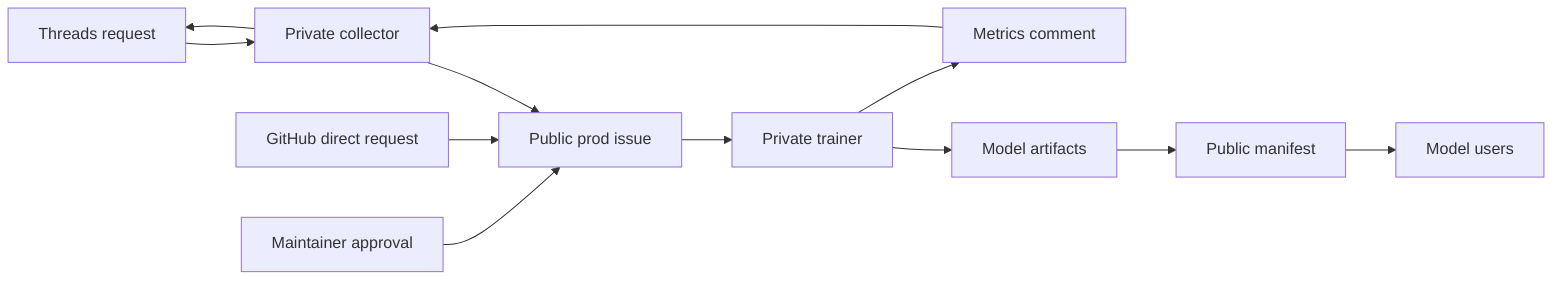
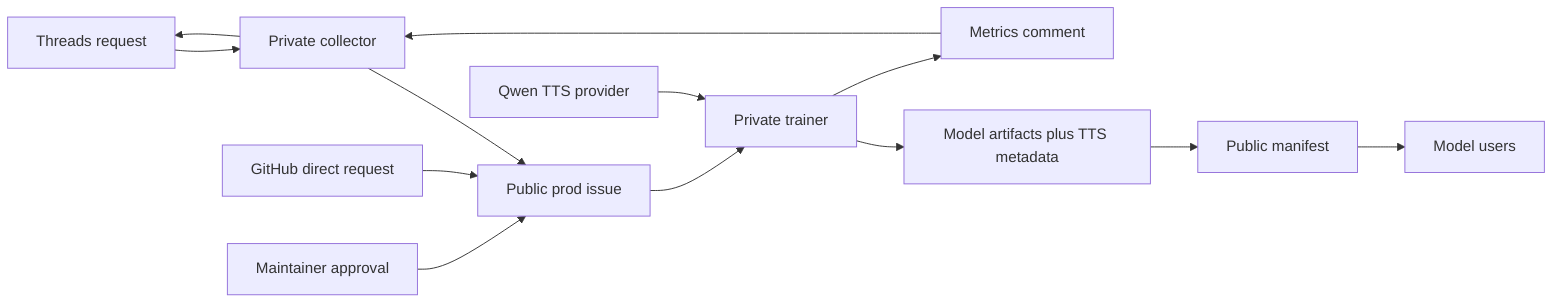
flowchart LR
    THREADS["Threads request"] --> COLLECTOR["Private collector"]
    GITHUB_USER["GitHub direct request"] --> ISSUE["Public prod issue"]
    COLLECTOR --> ISSUE
    MAINTAINER["Maintainer approval"] --> ISSUE
    ISSUE --> TRAINER["Private trainer"]
-     TRAINER --> ARTIFACTS["Model artifacts"]
+     QWEN["Qwen TTS provider"] --> TRAINER
+     TRAINER --> ARTIFACTS["Model artifacts plus TTS metadata"]
    TRAINER --> RESULT["Metrics comment"]
    ARTIFACTS --> MANIFEST["Public manifest"]
    MANIFEST --> USERS["Model users"]
    RESULT --> COLLECTOR
    COLLECTOR --> THREADS
